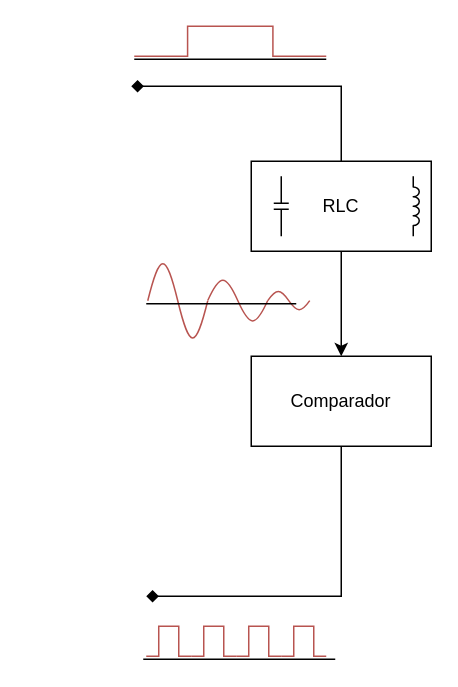
gianowolf/RLC-Meter keeps this draw.io diagram as images/Untitled Diagram.drawio. Above is the earlier version. Source tidied: cells renumbered, new cells numbered last; positions are measured from the earlier drawing's top-left corner, leaving out a move shared by most shapes. Both pictures are drawn from the tidied source at 150%, with x=0, y=0 at pixel (130, 26).
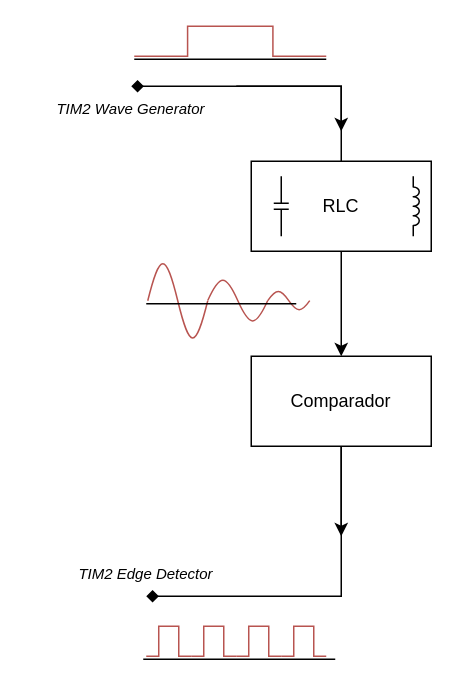
After the change.

Unchanged cells that the change refers to:
```xml
<mxCell id="8" value="Comparador" style="rounded=0;whiteSpace=wrap;html=1;" parent="1" vertex="1">
  <mxGeometry x="80" y="220" width="120" height="60" as="geometry" />
</mxCell>
```

Change to the diagram source:
```diff
@@
+    <mxCell id="20" style="edgeStyle=orthogonalEdgeStyle;rounded=0;jettySize=auto;html=1;fontSize=10;endArrow=classic;endFill=1;" parent="1" edge="1" source="8">
+      <mxGeometry relative="1" as="geometry">
+        <mxPoint x="140" y="340" as="targetPoint" />
+      </mxGeometry>
+    </mxCell>
@@
+    <mxCell id="21" style="edgeStyle=orthogonalEdgeStyle;rounded=0;jettySize=auto;html=1;fontSize=10;endArrow=classic;endFill=1;" parent="1" edge="1" source="22">
+      <mxGeometry relative="1" as="geometry">
+        <mxPoint x="140" y="70" as="targetPoint" />
+        <Array as="points">
+          <mxPoint x="140" y="40" />
+        </Array>
+      </mxGeometry>
+    </mxCell>
+    <mxCell id="22" value="&lt;div style=&quot;font-size: 10px&quot;&gt;&lt;i&gt;TIM2 Wave Generator&lt;/i&gt;&lt;br&gt;&lt;/div&gt;" style="text;html=1;strokeColor=none;fillColor=none;align=center;verticalAlign=middle;whiteSpace=wrap;rounded=0;" parent="1" vertex="1">
+      <mxGeometry x="-70" y="40" width="140" height="30" as="geometry" />
+    </mxCell>
+    <mxCell id="23" value="&lt;div style=&quot;font-size: 10px&quot;&gt;&lt;i&gt;TIM2 Edge Detector&lt;br&gt;&lt;/i&gt;&lt;/div&gt;" style="text;html=1;strokeColor=none;fillColor=none;align=center;verticalAlign=middle;whiteSpace=wrap;rounded=0;" parent="1" vertex="1">
+      <mxGeometry x="-60" y="350" width="140" height="30" as="geometry" />
+    </mxCell>
```
